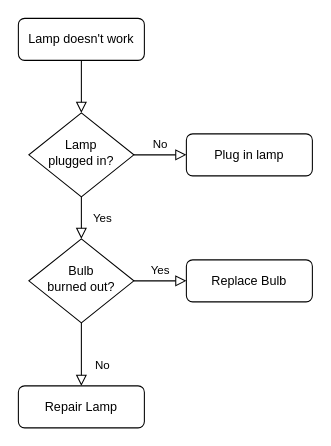
The draw.io diagram diagrams/chunking_idea.drawio in lamalab-org/matextract-book, before the edit. Source tidied: cells renumbered, new cells numbered last; positions are measured from the earlier drawing's top-left corner, leaving out a move shared by most shapes. Both pictures are drawn from the tidied source at 105%, with x=0, y=0 at pixel (18, 18).
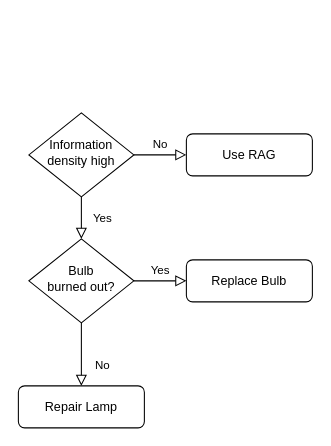
The same diagram, later.

The edit, as a diff of the source:
```diff
@@
 <mxGraphModel>
   <root>
     <mxCell id="0" />
     <mxCell id="1" parent="0" />
-    <mxCell id="2" style="rounded=0;html=1;jettySize=auto;fontSize=11;endArrow=block;endFill=0;endSize=8;strokeWidth=1;shadow=0;labelBackgroundColor=none;edgeStyle=orthogonalEdgeStyle;" parent="1" edge="1" source="3" target="6">
-      <mxGeometry relative="1" as="geometry" />
-    </mxCell>
-    <mxCell id="3" value="Lamp doesn't work" style="rounded=1;whiteSpace=wrap;html=1;fontSize=12;glass=0;strokeWidth=1;shadow=0;" parent="1" vertex="1">
-      <mxGeometry width="120" height="40" as="geometry" />
-    </mxCell>
     <mxCell id="4" value="Yes" style="rounded=0;html=1;jettySize=auto;fontSize=11;endArrow=block;endFill=0;endSize=8;strokeWidth=1;shadow=0;labelBackgroundColor=none;edgeStyle=orthogonalEdgeStyle;" parent="1" edge="1" source="6" target="10">
       <mxGeometry y="20" relative="1" as="geometry" />
     </mxCell>
     <mxCell id="5" value="No" style="edgeStyle=orthogonalEdgeStyle;rounded=0;html=1;jettySize=auto;fontSize=11;endArrow=block;endFill=0;endSize=8;strokeWidth=1;shadow=0;labelBackgroundColor=none;" parent="1" edge="1" source="6" target="7">
       <mxGeometry y="10" relative="1" as="geometry" />
     </mxCell>
-    <mxCell id="6" value="Lamp&lt;br&gt;plugged in?" style="rhombus;whiteSpace=wrap;html=1;shadow=0;fontFamily=Helvetica;fontSize=12;align=center;strokeWidth=1;spacing=6;spacingTop=-4;" parent="1" vertex="1">
+    <mxCell id="6" value="Information density high" style="rhombus;whiteSpace=wrap;html=1;shadow=0;fontFamily=Helvetica;fontSize=12;align=center;strokeWidth=1;spacing=6;spacingTop=-4;" parent="1" vertex="1">
       <mxGeometry x="10" y="90" width="100" height="80" as="geometry" />
     </mxCell>
-    <mxCell id="7" value="Plug in lamp" style="rounded=1;whiteSpace=wrap;html=1;fontSize=12;glass=0;strokeWidth=1;shadow=0;" parent="1" vertex="1">
+    <mxCell id="7" value="Use RAG" style="rounded=1;whiteSpace=wrap;html=1;fontSize=12;glass=0;strokeWidth=1;shadow=0;" parent="1" vertex="1">
       <mxGeometry x="160" y="110" width="120" height="40" as="geometry" />
     </mxCell>
     <mxCell id="8" value="No" style="rounded=0;html=1;jettySize=auto;fontSize=11;endArrow=block;endFill=0;endSize=8;strokeWidth=1;shadow=0;labelBackgroundColor=none;edgeStyle=orthogonalEdgeStyle;" parent="1" edge="1" source="10" target="11">
       <mxGeometry x="0.33" y="20" relative="1" as="geometry" />
     </mxCell>
     <mxCell id="9" value="Yes" style="edgeStyle=orthogonalEdgeStyle;rounded=0;html=1;jettySize=auto;fontSize=11;endArrow=block;endFill=0;endSize=8;strokeWidth=1;shadow=0;labelBackgroundColor=none;" parent="1" edge="1" source="10" target="12">
       <mxGeometry y="10" relative="1" as="geometry" />
     </mxCell>
     <mxCell id="10" value="Bulb&lt;br&gt;burned out?" style="rhombus;whiteSpace=wrap;html=1;shadow=0;fontFamily=Helvetica;fontSize=12;align=center;strokeWidth=1;spacing=6;spacingTop=-4;" parent="1" vertex="1">
       <mxGeometry x="10" y="210" width="100" height="80" as="geometry" />
     </mxCell>
     <mxCell id="11" value="Repair Lamp" style="rounded=1;whiteSpace=wrap;html=1;fontSize=12;glass=0;strokeWidth=1;shadow=0;" parent="1" vertex="1">
       <mxGeometry y="350" width="120" height="40" as="geometry" />
     </mxCell>
     <mxCell id="12" value="Replace Bulb" style="rounded=1;whiteSpace=wrap;html=1;fontSize=12;glass=0;strokeWidth=1;shadow=0;" parent="1" vertex="1">
       <mxGeometry x="160" y="230" width="120" height="40" as="geometry" />
     </mxCell>
   </root>
 </mxGraphModel>
```
